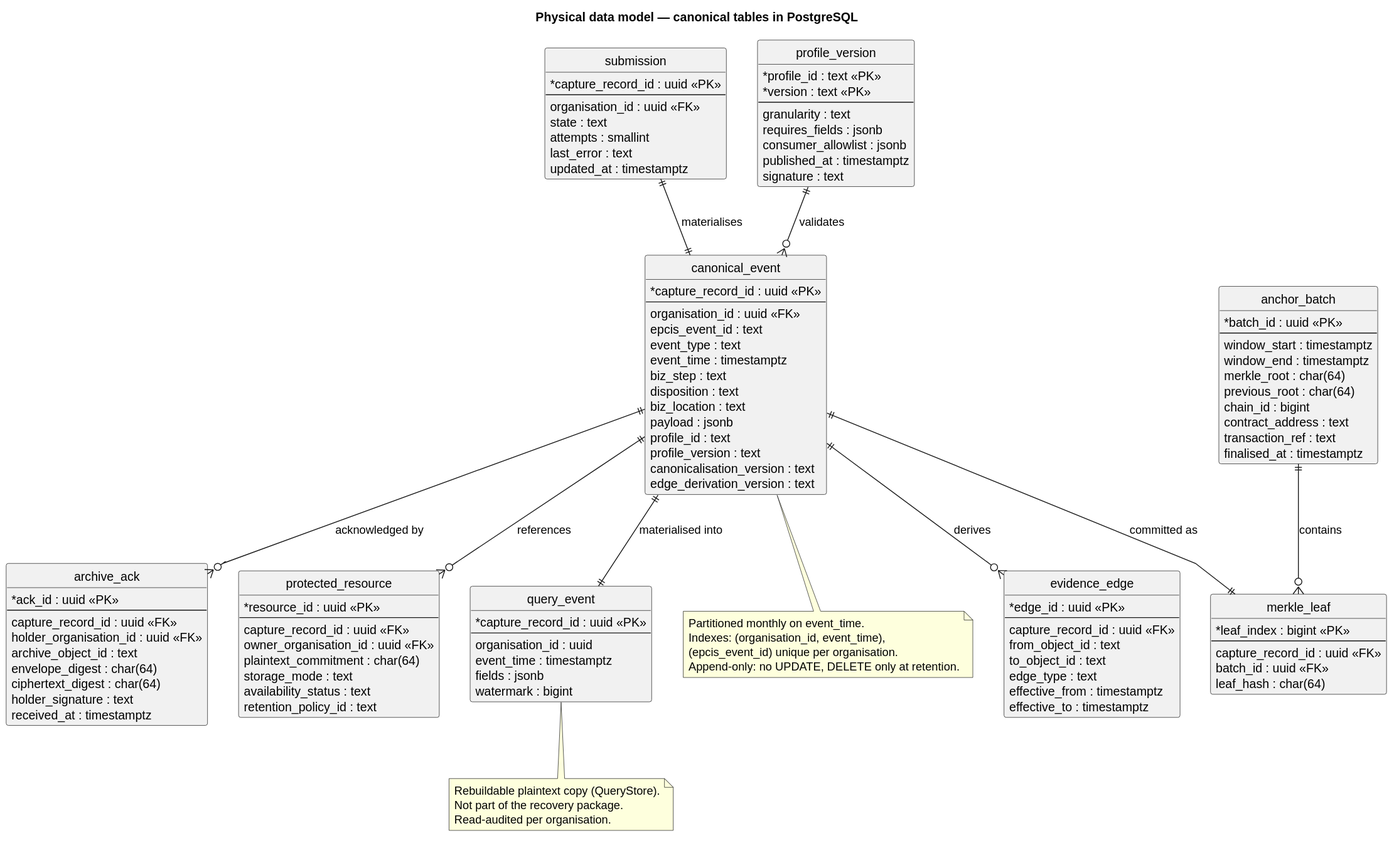
Before: docs/public/diagrams/core-physical-model.svg, a diagram exported from PlantUML (kuangshen04/48433assignment).
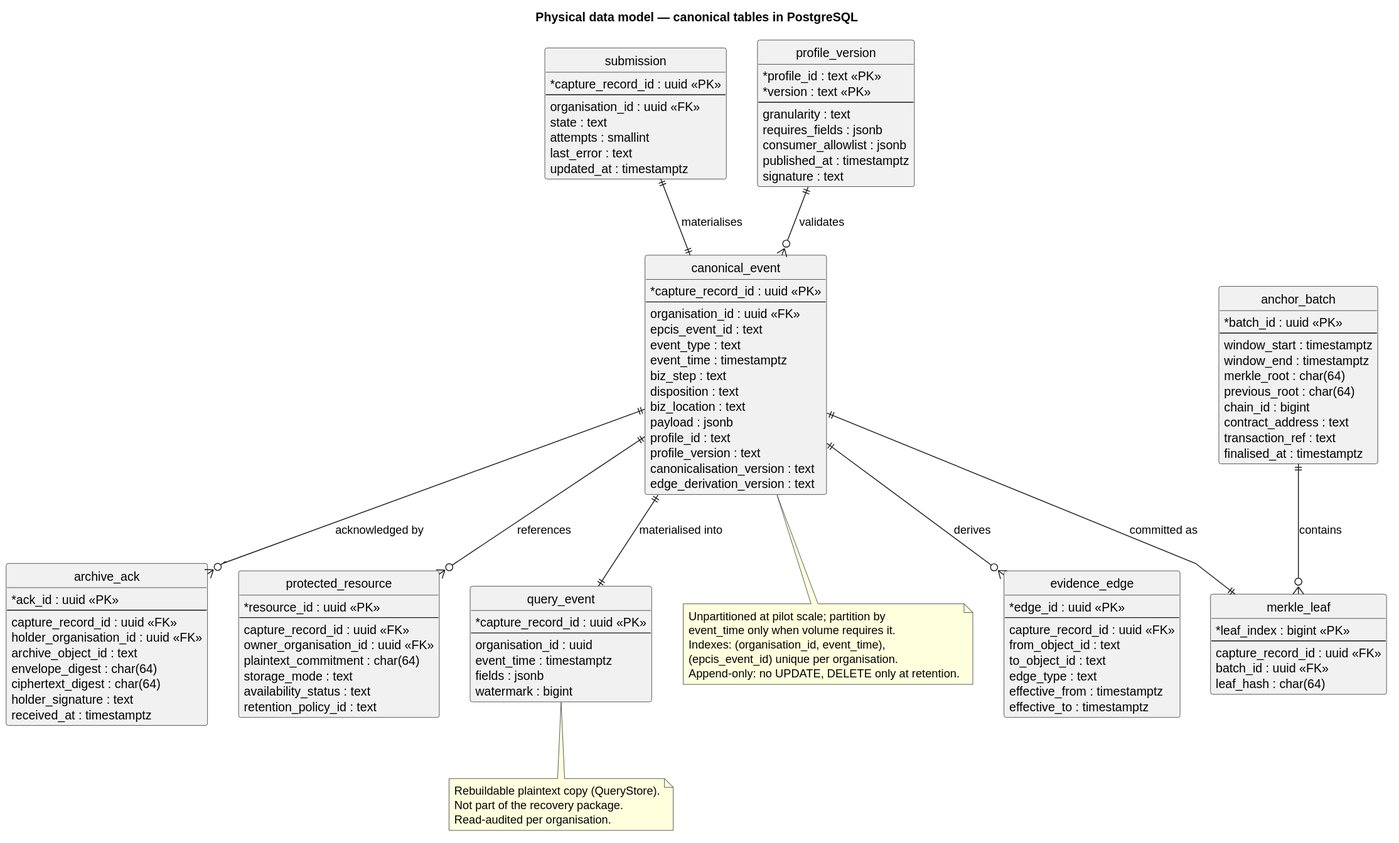
Above is the later version.

Diff of the diagram source:
```diff
@@ -118,7 +118,8 @@
 ce ||--|| qe : materialised into
 
 note bottom of ce
-  Partitioned monthly on event_time.
+  Unpartitioned at pilot scale; partition by
+  event_time only when volume requires it.
   Indexes: (organisation_id, event_time),
   (epcis_event_id) unique per organisation.
   Append-only: no UPDATE, DELETE only at retention.
```
